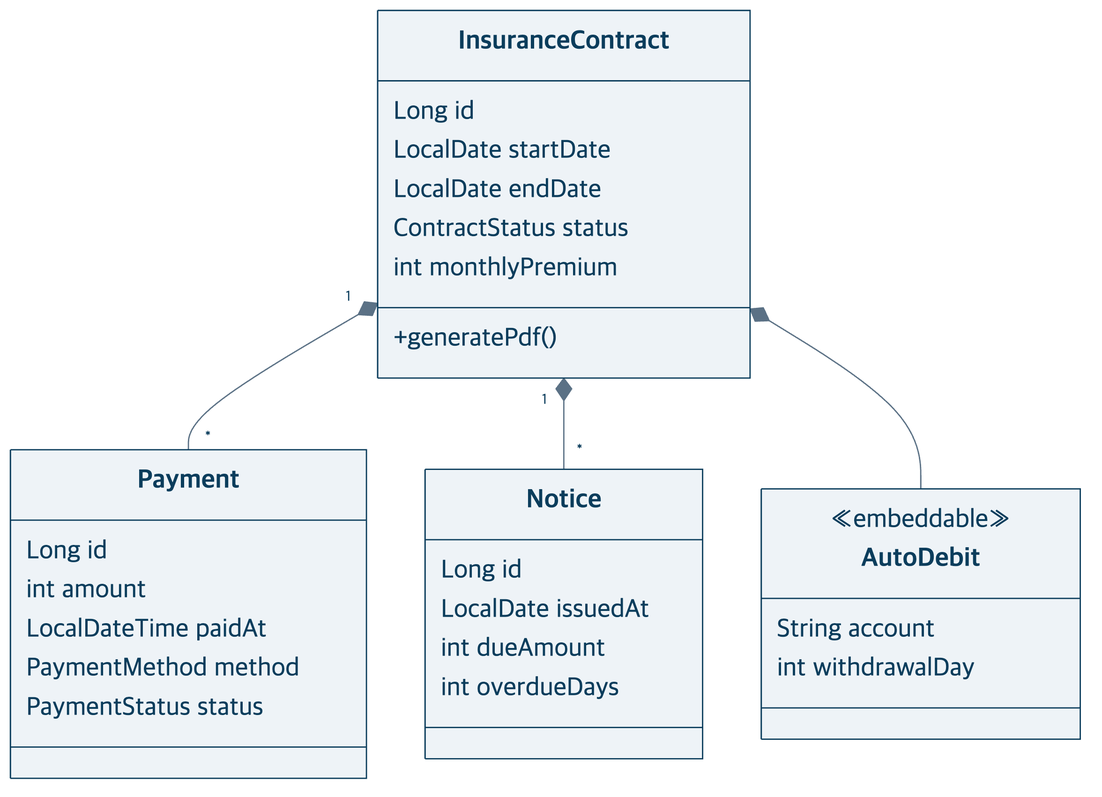
Earlier version of the Mermaid export docs/presentation/diagrams/clusters/contract-code.png (heyoonyoon/distributed-programming). Its source is kept beside it as docs/presentation/diagrams/clusters/contract-code.mmd.
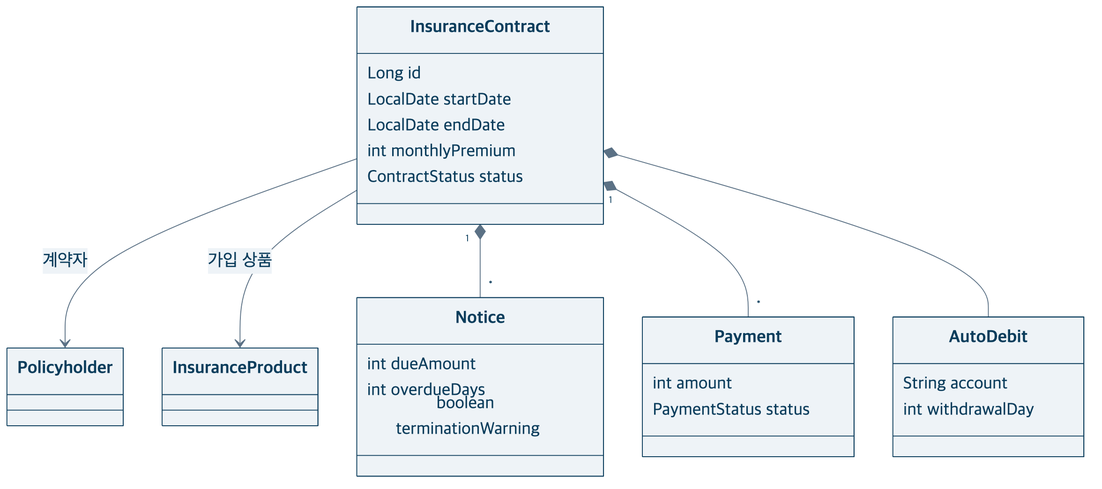
Later version of the same file.

What changed in the source:
```diff
@@ -4,28 +4,26 @@
   Long id
   LocalDate startDate
   LocalDate endDate
+  int monthlyPremium
   ContractStatus status
-  int monthlyPremium
-  +generatePdf()
+}
+class Policyholder
+class InsuranceProduct
+class Notice {
+  int dueAmount
+  int overdueDays
+  boolean terminationWarning
 }
 class Payment {
-  Long id
   int amount
-  LocalDateTime paidAt
-  PaymentMethod method
   PaymentStatus status
 }
-class Notice {
-  Long id
-  LocalDate issuedAt
-  int dueAmount
-  int overdueDays
-}
 class AutoDebit {
-  <<embeddable>>
   String account
   int withdrawalDay
 }
+InsuranceContract --> Policyholder : 계약자
+InsuranceContract --> InsuranceProduct : 가입 상품
+InsuranceContract "1" *-- "*" Notice
 InsuranceContract "1" *-- "*" Payment
-InsuranceContract "1" *-- "*" Notice
 InsuranceContract *-- AutoDebit
```
